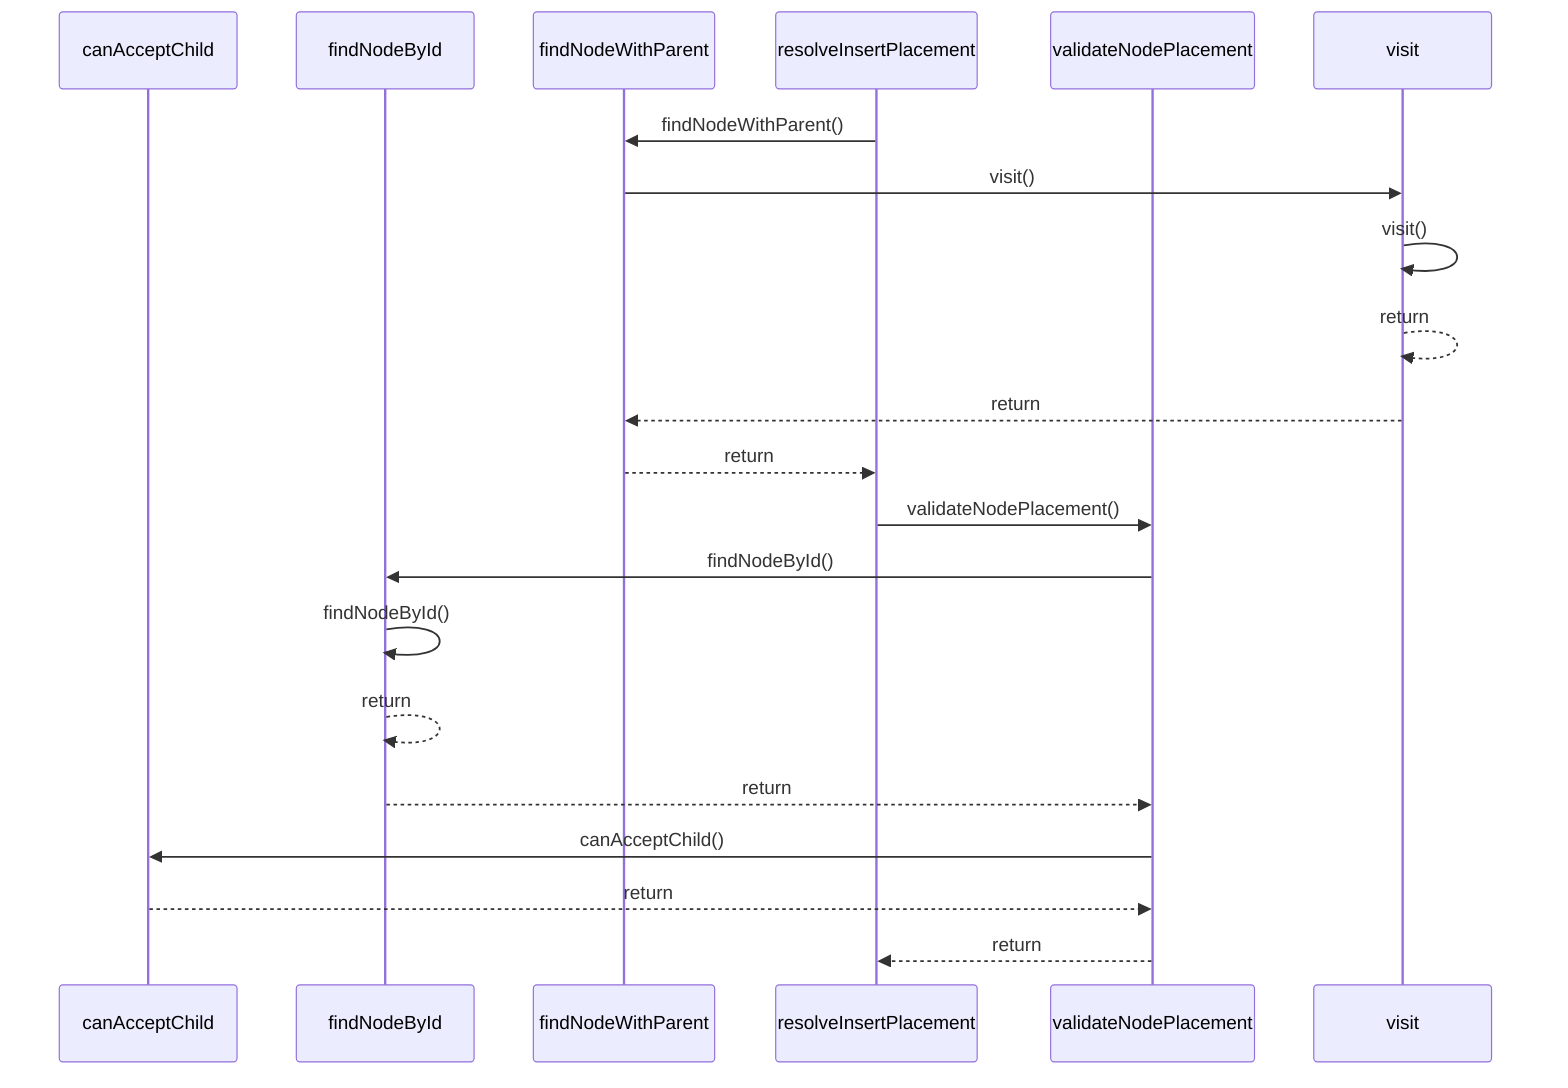
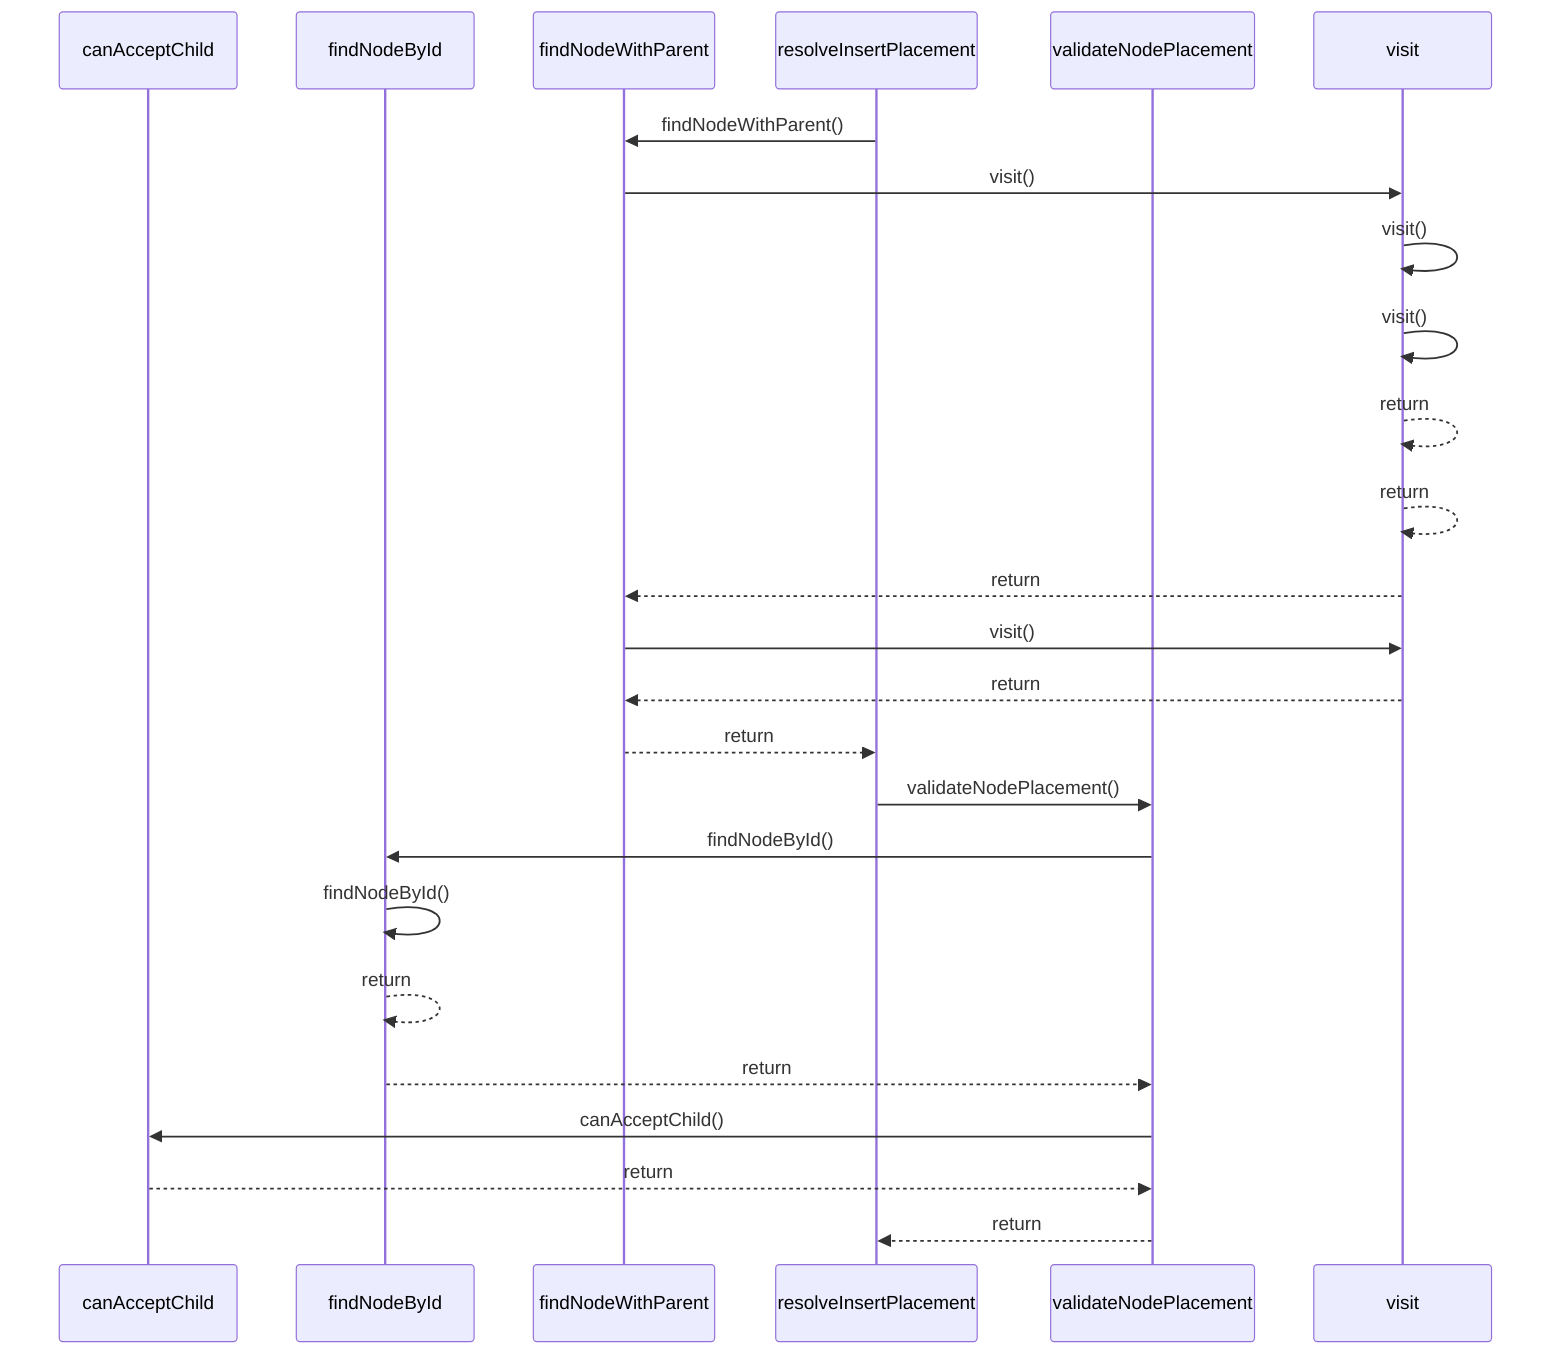
sequenceDiagram
  participant participant_canAcceptChild as canAcceptChild
  participant participant_findNodeById as findNodeById
  participant participant_findNodeWithParent as findNodeWithParent
  participant participant_resolveInsertPlacement as resolveInsertPlacement
  participant participant_validateNodePlacement as validateNodePlacement
  participant participant_visit as visit
  participant_resolveInsertPlacement->>participant_findNodeWithParent: findNodeWithParent()
  participant_findNodeWithParent->>participant_visit: visit()
  participant_visit->>participant_visit: visit()
+   participant_visit->>participant_visit: visit()
  participant_visit-->>participant_visit: return
+   participant_visit-->>participant_visit: return
+   participant_visit-->>participant_findNodeWithParent: return
+   participant_findNodeWithParent->>participant_visit: visit()
  participant_visit-->>participant_findNodeWithParent: return
  participant_findNodeWithParent-->>participant_resolveInsertPlacement: return
  participant_resolveInsertPlacement->>participant_validateNodePlacement: validateNodePlacement()
  participant_validateNodePlacement->>participant_findNodeById: findNodeById()
  participant_findNodeById->>participant_findNodeById: findNodeById()
  participant_findNodeById-->>participant_findNodeById: return
  participant_findNodeById-->>participant_validateNodePlacement: return
  participant_validateNodePlacement->>participant_canAcceptChild: canAcceptChild()
  participant_canAcceptChild-->>participant_validateNodePlacement: return
  participant_validateNodePlacement-->>participant_resolveInsertPlacement: return
